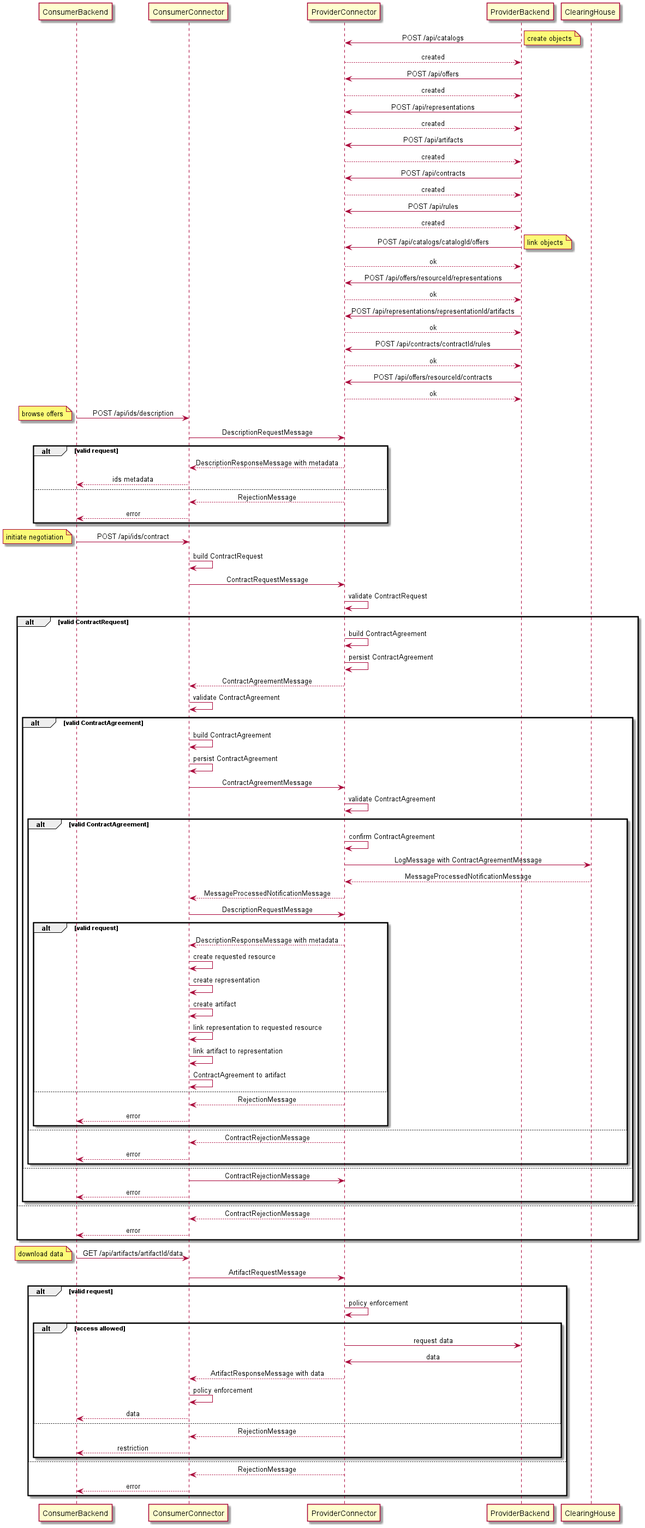
Earlier version of the PlantUML export docs/assets/images/diagram/messaging_sequence.png (FraunhoferISST/DataspaceConnector).
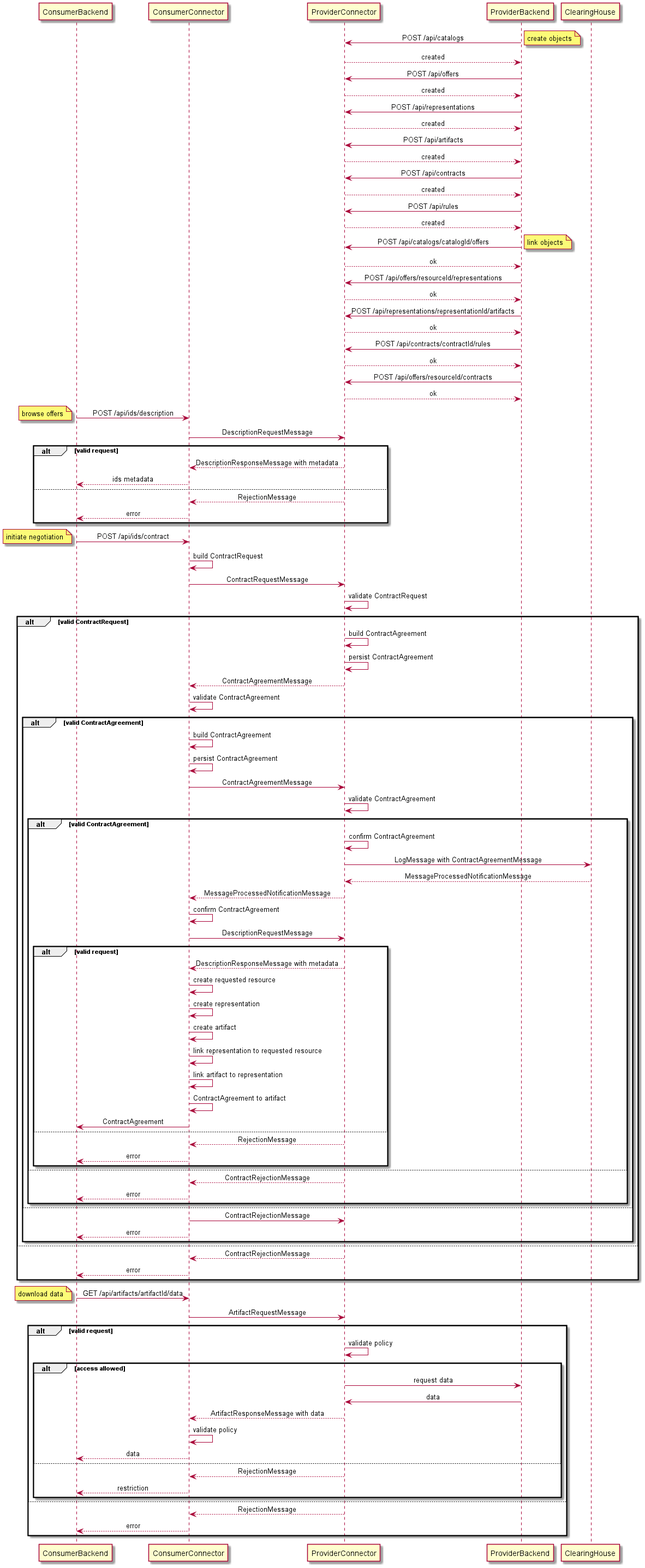
After the change.

Change to the diagram source:
```diff
@@ -66,6 +66,7 @@
             ProviderConnector -> ClearingHouse: LogMessage with ContractAgreementMessage
             ClearingHouse --> ProviderConnector: MessageProcessedNotificationMessage
             ProviderConnector --> ConsumerConnector: MessageProcessedNotificationMessage
+            ConsumerConnector -> ConsumerConnector: confirm ContractAgreement
 
             ConsumerConnector -> ProviderConnector: DescriptionRequestMessage
             alt valid request
@@ -78,6 +79,7 @@
                 ConsumerConnector -> ConsumerConnector: link artifact to representation
 
                 ConsumerConnector -> ConsumerConnector: ContractAgreement to artifact
+                ConsumerConnector -> ConsumerBackend: ContractAgreement
             else
                 ProviderConnector --> ConsumerConnector: RejectionMessage
                 ConsumerConnector --> ConsumerBackend: error
@@ -99,13 +101,13 @@
 note left: download data
 ConsumerConnector -> ProviderConnector: ArtifactRequestMessage
 alt valid request
-    ProviderConnector -> ProviderConnector: policy enforcement
+    ProviderConnector -> ProviderConnector: validate policy
     alt access allowed
         ProviderConnector -> ProviderBackend: request data
         ProviderBackend -> ProviderConnector: data
         ProviderConnector --> ConsumerConnector: ArtifactResponseMessage with data
 
-        ConsumerConnector -> ConsumerConnector: policy enforcement
+        ConsumerConnector -> ConsumerConnector: validate policy
         ConsumerConnector --> ConsumerBackend: data
     else
         ProviderConnector --> ConsumerConnector: RejectionMessage
```
